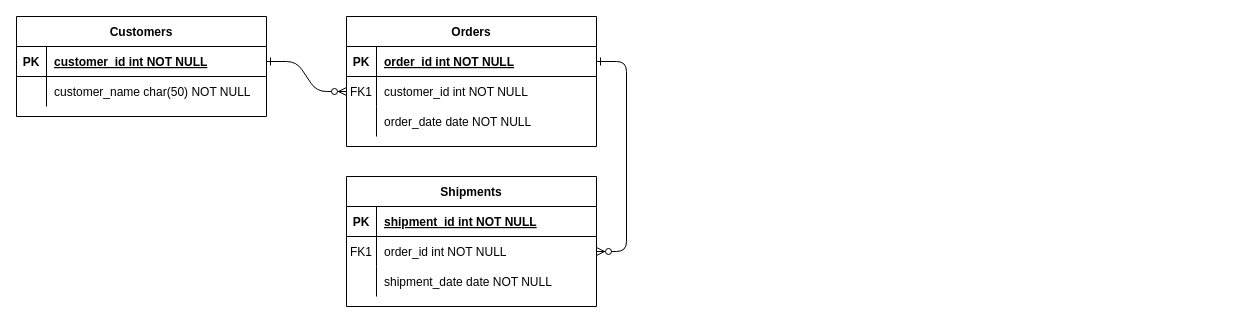
Before: Diagrama sin título.drawio in Pcbtroniks/quote, a draw.io diagram. Source tidied: cells renumbered, new cells numbered last; positions are measured from the earlier drawing's top-left corner, leaving out a move shared by most shapes. Both pictures are drawn from the tidied source at 100%, with x=0, y=0 at pixel (16, 16).
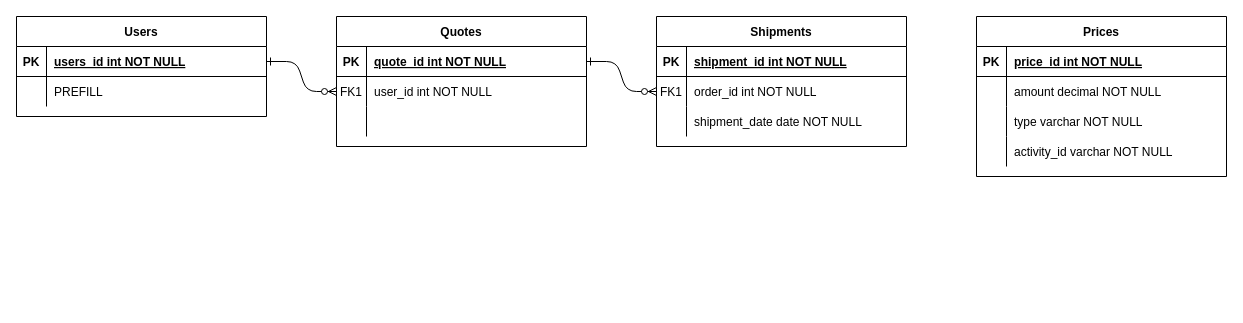
Above is the later version.

Unchanged cells that the change refers to:
```xml
<mxCell id="5" style="shape=partialRectangle;fillColor=none;points=[[0,0.5],[1,0.5]];portConstraint=eastwest;top=0;left=0;right=0;bottom=1;" parent="4" vertex="1">
  <mxGeometry y="30" width="250" height="30" as="geometry" />
</mxCell>
<mxCell id="8" style="shape=partialRectangle;fillColor=none;points=[[0,0.5],[1,0.5]];portConstraint=eastwest;top=0;left=0;right=0;bottom=0;" parent="4" vertex="1">
  <mxGeometry y="60" width="250" height="30" as="geometry" />
</mxCell>
<mxCell id="11" style="shape=partialRectangle;fillColor=none;top=0;left=0;right=0;bottom=0;" parent="4" vertex="1">
  <mxGeometry y="90" width="250" height="30" as="geometry" />
</mxCell>
<mxCell id="25" style="shape=partialRectangle;fillColor=none;points=[[0,0.5],[1,0.5]];portConstraint=eastwest;top=0;left=0;right=0;bottom=1;" parent="24" vertex="1">
  <mxGeometry y="30" width="250" height="30" as="geometry" />
</mxCell>
<mxCell id="28" style="shape=partialRectangle;fillColor=none;top=0;left=0;right=0;bottom=0;" parent="24" vertex="1">
  <mxGeometry y="60" width="250" height="30" as="geometry" />
</mxCell>
```

The edit, as a diff of the source:
```diff
@@
-    <mxCell id="4" value="Orders" style="shape=table;startSize=30;childLayout=tableLayout;rowLines=0;fontStyle=1;align=center;" parent="1" vertex="1">
-      <mxGeometry x="330" width="250" height="130" as="geometry" />
+    <mxCell id="4" value="Quotes" style="shape=table;startSize=30;childLayout=tableLayout;rowLines=0;fontStyle=1;align=center;" parent="1" vertex="1">
+      <mxGeometry x="320" width="250" height="130" as="geometry" />
     </mxCell>
@@
-    <mxCell id="7" value="order_id int NOT NULL " style="shape=partialRectangle;overflow=hidden;fillColor=none;top=0;left=0;bottom=0;right=0;align=left;spacingLeft=6;fontStyle=5;" parent="5" vertex="1">
+    <mxCell id="7" value="quote_id int NOT NULL " style="shape=partialRectangle;overflow=hidden;fillColor=none;top=0;left=0;bottom=0;right=0;align=left;spacingLeft=6;fontStyle=5;" parent="5" vertex="1">
       <mxGeometry x="30" width="220" height="30" as="geometry" />
     </mxCell>
@@
-    <mxCell id="10" value="customer_id int NOT NULL" style="shape=partialRectangle;overflow=hidden;fillColor=none;top=0;left=0;bottom=0;right=0;align=left;spacingLeft=6;" parent="8" vertex="1">
+    <mxCell id="10" value="user_id int NOT NULL" style="shape=partialRectangle;overflow=hidden;fillColor=none;top=0;left=0;bottom=0;right=0;align=left;spacingLeft=6;" parent="8" vertex="1">
       <mxGeometry x="30" width="220" height="30" as="geometry" />
     </mxCell>
@@
-    <mxCell id="13" value="order_date date NOT NULL" style="shape=partialRectangle;overflow=hidden;fillColor=none;top=0;left=0;bottom=0;right=0;align=left;spacingLeft=6;" parent="11" vertex="1">
+    <mxCell id="13" style="shape=partialRectangle;overflow=hidden;fillColor=none;top=0;left=0;bottom=0;right=0;align=left;spacingLeft=6;" parent="11" vertex="1">
       <mxGeometry x="30" width="220" height="30" as="geometry" />
     </mxCell>
     <mxCell id="14" value="Shipments" style="shape=table;startSize=30;childLayout=tableLayout;rowLines=0;fontStyle=1;align=center;" parent="1" vertex="1">
-      <mxGeometry x="330" y="160" width="250" height="130" as="geometry" />
+      <mxGeometry x="640" width="250" height="130" as="geometry" />
     </mxCell>
@@
-    <mxCell id="24" value="Customers" style="shape=table;startSize=30;childLayout=tableLayout;rowLines=0;fontStyle=1;align=center;" parent="1" vertex="1">
+    <mxCell id="24" value="Users" style="shape=table;startSize=30;childLayout=tableLayout;rowLines=0;fontStyle=1;align=center;" parent="1" vertex="1">
       <mxGeometry width="250" height="100" as="geometry" />
     </mxCell>
@@
-    <mxCell id="27" value="customer_id int NOT NULL " style="shape=partialRectangle;overflow=hidden;fillColor=none;top=0;left=0;bottom=0;right=0;align=left;spacingLeft=6;fontStyle=5;" parent="25" vertex="1">
+    <mxCell id="27" value="users_id int NOT NULL " style="shape=partialRectangle;overflow=hidden;fillColor=none;top=0;left=0;bottom=0;right=0;align=left;spacingLeft=6;fontStyle=5;" parent="25" vertex="1">
       <mxGeometry x="30" width="220" height="30" as="geometry" />
     </mxCell>
@@
-    <mxCell id="30" value="customer_name char(50) NOT NULL" style="shape=partialRectangle;overflow=hidden;fillColor=none;top=0;left=0;bottom=0;right=0;align=left;spacingLeft=6;" parent="28" vertex="1">
+    <mxCell id="30" value="PREFILL" style="shape=partialRectangle;overflow=hidden;fillColor=none;top=0;left=0;bottom=0;right=0;align=left;spacingLeft=6;" parent="28" vertex="1">
       <mxGeometry x="30" width="220" height="30" as="geometry" />
     </mxCell>
+    <mxCell id="31" value="Prices" style="shape=table;startSize=30;childLayout=tableLayout;rowLines=0;fontStyle=1;align=center;" parent="1" vertex="1">
+      <mxGeometry x="960" width="250" height="160" as="geometry" />
+    </mxCell>
+    <mxCell id="32" style="shape=partialRectangle;fillColor=none;top=0;left=0;right=0;bottom=1;" parent="31" vertex="1">
+      <mxGeometry y="30" width="250" height="30" as="geometry" />
+    </mxCell>
+    <mxCell id="33" value="PK" style="shape=partialRectangle;overflow=hidden;fillColor=none;top=0;left=0;bottom=0;right=0;fontStyle=1;" parent="32" vertex="1">
+      <mxGeometry width="30" height="30" as="geometry" />
+    </mxCell>
+    <mxCell id="34" value="price_id int NOT NULL " style="shape=partialRectangle;overflow=hidden;fillColor=none;top=0;left=0;bottom=0;right=0;align=left;spacingLeft=6;fontStyle=5;" parent="32" vertex="1">
+      <mxGeometry x="30" width="220" height="30" as="geometry" />
+    </mxCell>
+    <mxCell id="35" style="shape=partialRectangle;fillColor=none;top=0;left=0;right=0;bottom=0;" parent="31" vertex="1">
+      <mxGeometry y="60" width="250" height="30" as="geometry" />
+    </mxCell>
+    <mxCell id="36" style="shape=partialRectangle;overflow=hidden;fillColor=none;top=0;left=0;bottom=0;right=0;" parent="35" vertex="1">
+      <mxGeometry width="30" height="30" as="geometry" />
+    </mxCell>
+    <mxCell id="37" value="amount decimal NOT NULL" style="shape=partialRectangle;overflow=hidden;fillColor=none;top=0;left=0;bottom=0;right=0;align=left;spacingLeft=6;" parent="35" vertex="1">
+      <mxGeometry x="30" width="220" height="30" as="geometry" />
+    </mxCell>
+    <mxCell id="38" style="shape=partialRectangle;fillColor=none;top=0;left=0;right=0;bottom=0;" parent="31" vertex="1">
+      <mxGeometry y="90" width="250" height="30" as="geometry" />
+    </mxCell>
+    <mxCell id="39" style="shape=partialRectangle;overflow=hidden;fillColor=none;top=0;left=0;bottom=0;right=0;" parent="38" vertex="1">
+      <mxGeometry width="30" height="30" as="geometry" />
+    </mxCell>
+    <mxCell id="40" value="type varchar NOT NULL" style="shape=partialRectangle;overflow=hidden;fillColor=none;top=0;left=0;bottom=0;right=0;align=left;spacingLeft=6;" parent="38" vertex="1">
+      <mxGeometry x="30" width="220" height="30" as="geometry" />
+    </mxCell>
+    <mxCell id="41" style="shape=partialRectangle;fillColor=none;top=0;left=0;right=0;bottom=0;" parent="31" vertex="1">
+      <mxGeometry y="120" width="250" height="30" as="geometry" />
+    </mxCell>
+    <mxCell id="42" style="shape=partialRectangle;overflow=hidden;fillColor=none;top=0;left=0;bottom=0;right=0;" parent="41" vertex="1">
+      <mxGeometry width="30" height="30" as="geometry" />
+    </mxCell>
+    <mxCell id="43" value="activity_id varchar NOT NULL" style="shape=partialRectangle;overflow=hidden;fillColor=none;top=0;left=0;bottom=0;right=0;align=left;spacingLeft=6;" parent="41" vertex="1">
+      <mxGeometry x="30" width="220" height="30" as="geometry" />
+    </mxCell>
```
